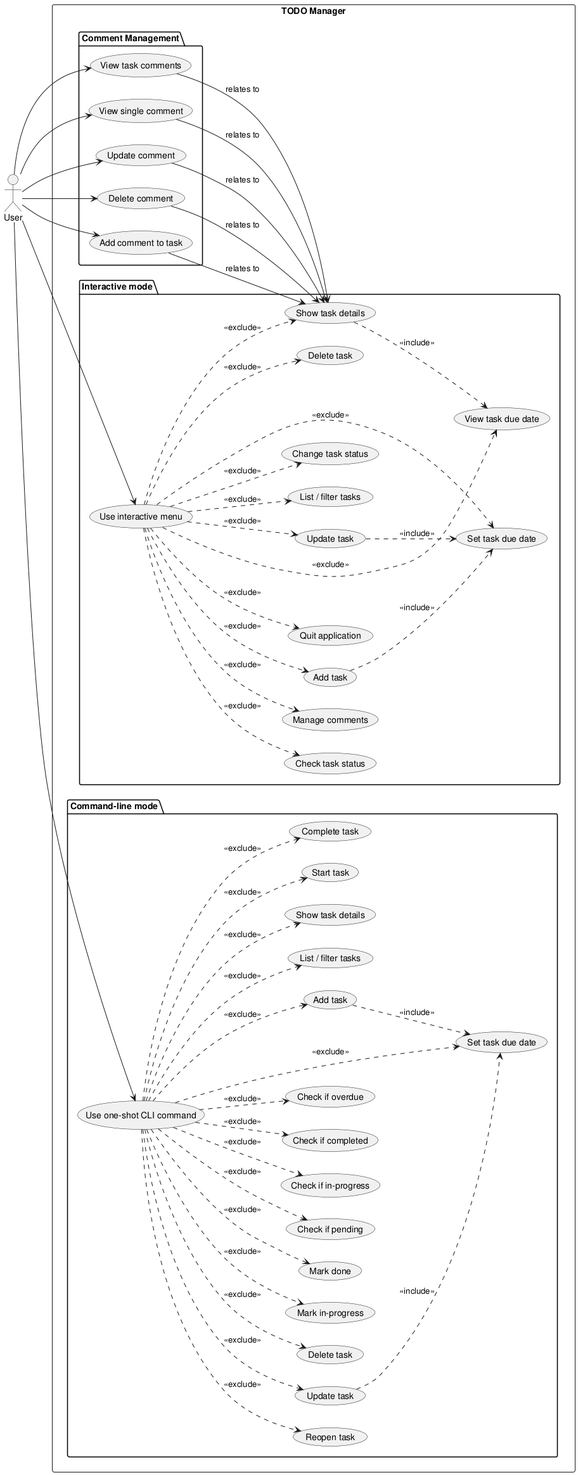
DanielRiha8906/Software_autoevolution_using_agents keeps this PlantUML diagram as experiments/supervisor_as_tools/user_stories/TODO/artifacts/use_case_diagram.png. Above is the earlier version.
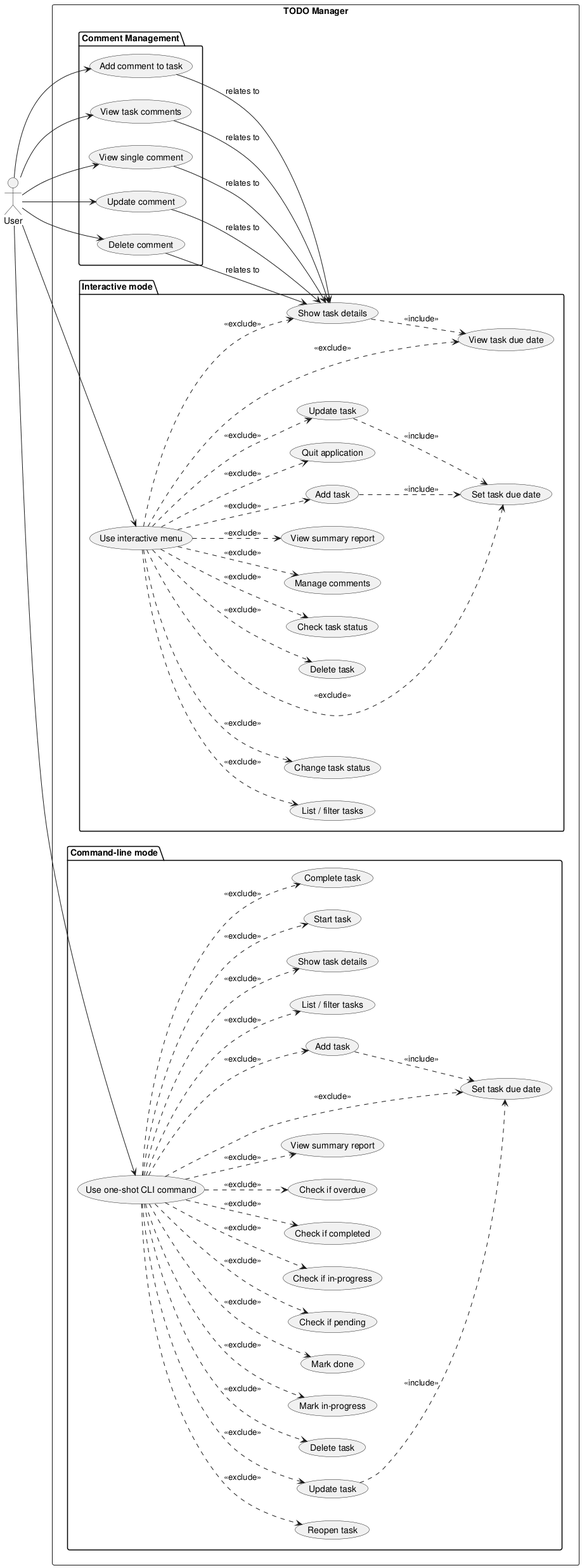
After the change.

What changed in the source:
```diff
@@ -24,6 +24,7 @@
     usecase "Delete task" as I_DELETE
     usecase "Check task status" as I_CHECK
     usecase "Manage comments" as I_MANAGE_COMMENTS
+    usecase "View summary report" as I_SUMMARY
     usecase "Set task due date" as I_DUEDATE
     usecase "View task due date" as I_VIEWDUE
     usecase "Quit application" as I_QUIT
@@ -45,6 +46,7 @@
     usecase "Check if in-progress" as C_IS_IN_PROG
     usecase "Check if completed" as C_IS_COMPLETED
     usecase "Check if overdue" as C_IS_OVERDUE
+    usecase "View summary report" as C_SUMMARY
     usecase "Set task due date" as C_DUEDATE
   }
 }
@@ -71,6 +73,7 @@
 UI ..> I_DELETE : <<exclude>>
 UI ..> I_CHECK  : <<exclude>>
 UI ..> I_MANAGE_COMMENTS : <<exclude>>
+UI ..> I_SUMMARY : <<exclude>>
 UI ..> I_DUEDATE : <<exclude>>
 UI ..> I_VIEWDUE : <<exclude>>
 UI ..> I_QUIT   : <<exclude>>
@@ -93,6 +96,7 @@
 CLI ..> C_IS_IN_PROG : <<exclude>>
 CLI ..> C_IS_COMPLETED : <<exclude>>
 CLI ..> C_IS_OVERDUE : <<exclude>>
+CLI ..> C_SUMMARY : <<exclude>>
 CLI ..> C_DUEDATE : <<exclude>>
 
 C_ADD ..> C_DUEDATE : <<include>>
```
